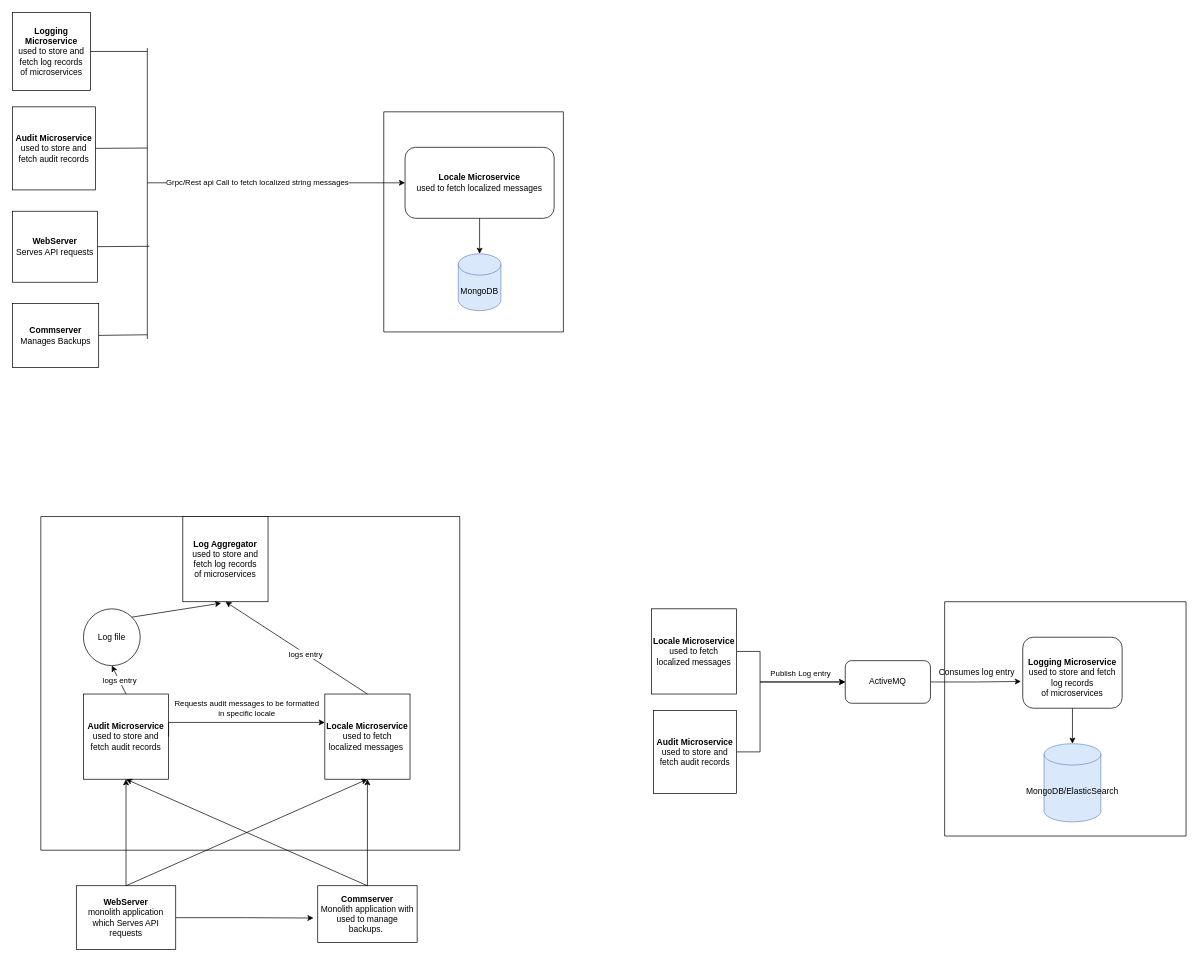
Above: Untitled Diagram.drawio in Vineel203/test (draw.io), before the change. Source tidied: cells renumbered, new cells numbered last; positions are measured from the earlier drawing's top-left corner, leaving out a move shared by most shapes. Both pictures are drawn from the tidied source at 71%, with x=0, y=0 at pixel (12, 12).
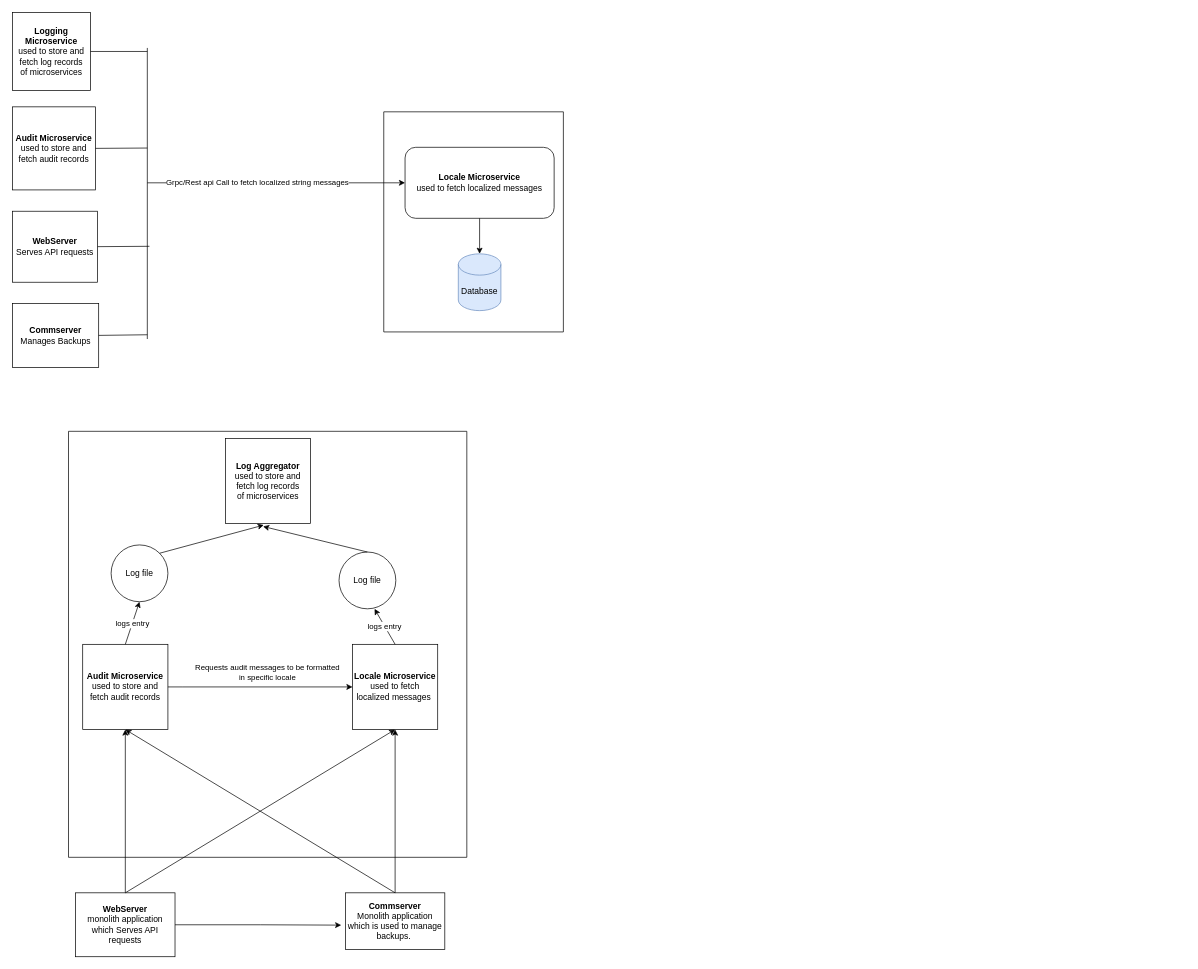
Above is the later version.

Unchanged cells that the change refers to:
```xml
<mxCell id="2" style="swimlane;startSize=0;" parent="1" vertex="1">
  <mxGeometry x="523" y="140" width="253" height="310" as="geometry" />
</mxCell>
```

The edit, as a diff of the source:
```diff
@@
-    <mxCell id="3" value="MongoDB" style="shape=cylinder3;whiteSpace=wrap;html=1;boundedLbl=1;backgroundOutline=1;size=15;fillColor=#dae8fc;strokeColor=#6c8ebf;" parent="2" vertex="1">
+    <mxCell id="3" value="Database" style="shape=cylinder3;whiteSpace=wrap;html=1;boundedLbl=1;backgroundOutline=1;size=15;fillColor=#dae8fc;strokeColor=#6c8ebf;" parent="2" vertex="1">
       <mxGeometry x="105" y="200" width="60" height="80" as="geometry" />
     </mxCell>
@@
     <mxCell id="6" style="swimlane;startSize=0;" parent="1" vertex="1">
-      <mxGeometry x="40" y="710" width="590" height="470" as="geometry" />
+      <mxGeometry x="79" y="590" width="561" height="600" as="geometry" />
     </mxCell>
     <mxCell id="7" value="&lt;b&gt;Locale Microservice&lt;br&gt;&lt;/b&gt;used to fetch localized messages&amp;nbsp;" style="whiteSpace=wrap;html=1;" parent="6" vertex="1">
-      <mxGeometry x="400" y="250" width="120" height="120" as="geometry" />
+      <mxGeometry x="400" y="300" width="120" height="120" as="geometry" />
     </mxCell>
     <mxCell id="8" value="&lt;b&gt;Audit Microservice&lt;/b&gt;&lt;br&gt;used to store and fetch audit records" style="whiteSpace=wrap;html=1;" parent="6" vertex="1">
-      <mxGeometry x="60" y="250" width="120" height="120" as="geometry" />
+      <mxGeometry x="20" y="300" width="120" height="120" as="geometry" />
     </mxCell>
     <mxCell id="9" value="Requests audit messages to be formatted&lt;br&gt;in specific locale" style="edgeStyle=orthogonalEdgeStyle;rounded=0;jettySize=auto;html=1;exitX=1;exitY=0.5;exitDx=0;exitDy=0;" parent="6" edge="1" source="8" target="7">
       <mxGeometry x="0.08" y="20" relative="1" as="geometry">
         <Array as="points">
-          <mxPoint x="180" y="290" />
+          <mxPoint x="160" y="360" />
+          <mxPoint x="160" y="360" />
         </Array>
       </mxGeometry>
     </mxCell>
     <mxCell id="10" value="Log file" style="ellipse;whiteSpace=wrap;html=1;" parent="6" vertex="1">
-      <mxGeometry x="60" y="130" width="80" height="80" as="geometry" />
+      <mxGeometry x="60" y="160" width="80" height="80" as="geometry" />
     </mxCell>
@@
     <mxCell id="13" value="&lt;b&gt;Log Aggregator&lt;br&gt;&lt;/b&gt;used to store and fetch log records&lt;br&gt;of microservices" style="whiteSpace=wrap;html=1;" parent="6" vertex="1">
-      <mxGeometry x="200" width="120" height="120" as="geometry" />
+      <mxGeometry x="221" y="10" width="120" height="120" as="geometry" />
     </mxCell>
-    <mxCell id="14" style="endArrow=classic;html=1;rounded=0;exitX=0.5;exitY=0;exitDx=0;exitDy=0;entryX=0.5;entryY=1;entryDx=0;entryDy=0;" parent="6" edge="1" source="7" target="13">
-      <mxGeometry relative="1" as="geometry" />
-    </mxCell>
+    <mxCell id="16" style="endArrow=classic;html=1;rounded=0;exitX=1;exitY=0;exitDx=0;exitDy=0;entryX=0.45;entryY=1.017;entryDx=0;entryDy=0;entryPerimeter=0;" parent="6" edge="1" source="10" target="13">
+      <mxGeometry relative="1" as="geometry" />
+    </mxCell>
+    <mxCell id="47" value="Log file" style="ellipse;whiteSpace=wrap;html=1;" parent="6" vertex="1">
+      <mxGeometry x="381" y="170" width="80" height="80" as="geometry" />
+    </mxCell>
-    <mxCell id="15" value="logs entry" style="edgeLabel;html=1;align=center;verticalAlign=middle;" parent="14" vertex="1">
-      <mxGeometry x="-0.13" y="1" relative="1" as="geometry">
-        <mxPoint y="-1" as="offset" />
-      </mxGeometry>
+    <mxCell id="15" value="logs entry" style="endArrow=classic;html=1;rounded=0;exitX=0.5;exitY=0;exitDx=0;exitDy=0;entryX=0.625;entryY=1;entryDx=0;entryDy=0;entryPerimeter=0;" parent="6" edge="1" source="7" target="47">
+      <mxGeometry relative="1" as="geometry" />
     </mxCell>
-    <mxCell id="16" style="endArrow=classic;html=1;rounded=0;exitX=1;exitY=0;exitDx=0;exitDy=0;entryX=0.45;entryY=1.017;entryDx=0;entryDy=0;entryPerimeter=0;" parent="6" edge="1" source="10" target="13">
-      <mxGeometry relative="1" as="geometry" />
-    </mxCell>
+    <mxCell id="48" style="endArrow=classic;html=1;rounded=0;exitX=0.5;exitY=0;exitDx=0;exitDy=0;entryX=0.442;entryY=1.033;entryDx=0;entryDy=0;entryPerimeter=0;" parent="6" edge="1" source="47" target="13">
+      <mxGeometry relative="1" as="geometry" />
+    </mxCell>
@@
     <mxCell id="19" value="&lt;b&gt;WebServer&lt;/b&gt;&lt;br&gt;monolith application which Serves API requests" style="rounded=0;whiteSpace=wrap;html=1;" parent="1" vertex="1">
-      <mxGeometry x="90" y="1230" width="140" height="90" as="geometry" />
+      <mxGeometry x="89" y="1240" width="140" height="90" as="geometry" />
     </mxCell>
-    <mxCell id="20" value="&lt;b&gt;Commserver&lt;/b&gt;&lt;br&gt;Monolith application with used to manage backups.&amp;nbsp;" style="rounded=0;whiteSpace=wrap;html=1;" parent="1" vertex="1">
-      <mxGeometry x="430" y="1230" width="140" height="80" as="geometry" />
+    <mxCell id="20" value="&lt;b&gt;Commserver&lt;/b&gt;&lt;br&gt;Monolith application which is used to manage backups.&amp;nbsp;" style="rounded=0;whiteSpace=wrap;html=1;" parent="1" vertex="1">
+      <mxGeometry x="469" y="1240" width="140" height="80" as="geometry" />
     </mxCell>
@@
-    <mxCell id="28" style="swimlane;startSize=0;" parent="1" vertex="1">
-      <mxGeometry x="1313" y="830" width="340" height="330" as="geometry" />
-    </mxCell>
-    <mxCell id="29" value="MongoDB/ElasticSearch" style="shape=cylinder3;whiteSpace=wrap;html=1;boundedLbl=1;backgroundOutline=1;size=15;fillColor=#dae8fc;strokeColor=#6c8ebf;" parent="28" vertex="1">
-      <mxGeometry x="140" y="200" width="80" height="110" as="geometry" />
-    </mxCell>
-    <mxCell id="30" value="&lt;b&gt;&lt;br&gt;&lt;/b&gt;&lt;b&gt;Logging Microservice&lt;/b&gt;&lt;br&gt;used to store and fetch log records&lt;br&gt;of microservices" style="rounded=1;whiteSpace=wrap;html=1;" parent="28" vertex="1">
-      <mxGeometry x="110" y="50" width="140" height="100" as="geometry" />
-    </mxCell>
-    <mxCell id="31" style="endArrow=classic;html=1;rounded=0;exitX=0.5;exitY=1;exitDx=0;exitDy=0;entryX=0.5;entryY=0;entryDx=0;entryDy=0;entryPerimeter=0;" parent="28" edge="1" source="30" target="29">
-      <mxGeometry relative="1" as="geometry" />
-    </mxCell>
-    <mxCell id="32" value="Consumes log entry" style="text;html=1;align=center;verticalAlign=middle;strokeColor=none;fillColor=none;" parent="28" vertex="1">
-      <mxGeometry x="-20" y="85" width="130" height="30" as="geometry" />
-    </mxCell>
-    <mxCell id="33" style="edgeStyle=orthogonalEdgeStyle;rounded=0;jettySize=auto;html=1;exitX=1;exitY=0.5;exitDx=0;exitDy=0;entryX=0;entryY=0.5;entryDx=0;entryDy=0;" parent="1" edge="1" source="34" target="39">
-      <mxGeometry relative="1" as="geometry">
-        <Array as="points">
-          <mxPoint x="1053" y="1041" />
-          <mxPoint x="1053" y="943" />
-        </Array>
-      </mxGeometry>
-    </mxCell>
-    <mxCell id="34" value="&lt;b&gt;Audit Microservice&lt;/b&gt;&lt;br&gt;used to store and fetch audit records" style="whiteSpace=wrap;html=1;" parent="1" vertex="1">
-      <mxGeometry x="903" y="983" width="117" height="117" as="geometry" />
-    </mxCell>
-    <mxCell id="35" style="edgeStyle=orthogonalEdgeStyle;rounded=0;jettySize=auto;html=1;exitX=1;exitY=0.5;exitDx=0;exitDy=0;entryX=0;entryY=0.5;entryDx=0;entryDy=0;" parent="1" edge="1" source="37" target="39">
-      <mxGeometry relative="1" as="geometry">
-        <Array as="points">
-          <mxPoint x="1053" y="900" />
-          <mxPoint x="1053" y="943" />
-        </Array>
-      </mxGeometry>
-    </mxCell>
-    <mxCell id="36" value="Publish Log entry" style="edgeLabel;html=1;align=center;verticalAlign=middle;" parent="35" vertex="1">
-      <mxGeometry x="0.59" y="2" relative="1" as="geometry">
-        <mxPoint x="-24" y="-11" as="offset" />
-      </mxGeometry>
-    </mxCell>
-    <mxCell id="37" value="&lt;b&gt;Locale Microservice&lt;br&gt;&lt;/b&gt;used to fetch localized messages" style="whiteSpace=wrap;html=1;" parent="1" vertex="1">
-      <mxGeometry x="900" y="840" width="120" height="120" as="geometry" />
-    </mxCell>
-    <mxCell id="38" style="edgeStyle=orthogonalEdgeStyle;rounded=0;jettySize=auto;html=1;exitX=1;exitY=0.5;exitDx=0;exitDy=0;entryX=-0.018;entryY=0.623;entryDx=0;entryDy=0;entryPerimeter=0;" parent="1" edge="1" source="39" target="30">
-      <mxGeometry relative="1" as="geometry" />
-    </mxCell>
-    <mxCell id="39" value="ActiveMQ" style="rounded=1;whiteSpace=wrap;html=1;" parent="1" vertex="1">
-      <mxGeometry x="1173" y="913" width="120" height="60" as="geometry" />
-    </mxCell>
```
